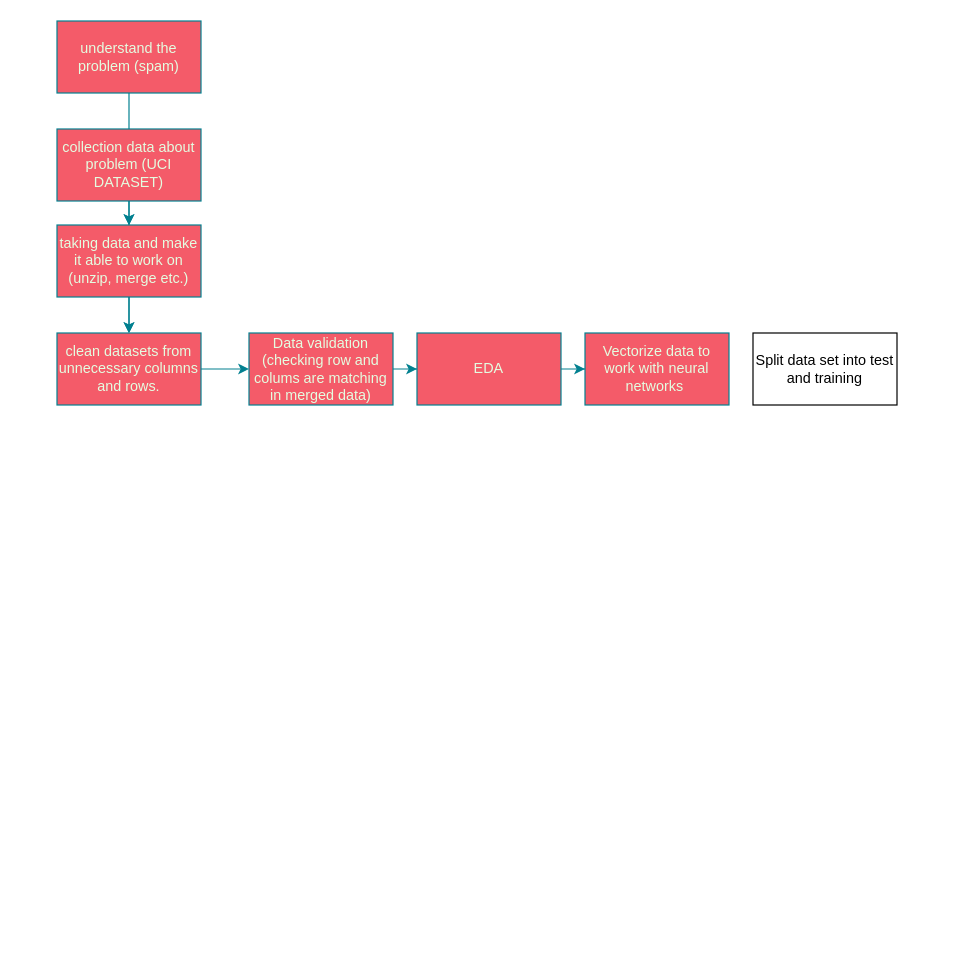
This is page "Page-1" (1 of 2) of Başlıksız Diyagram.drawio from Pyro137/ai-as-an-api, a draw.io file, before an edit. Source tidied: cells renumbered, new cells numbered last; positions are measured from the earlier drawing's top-left corner, leaving out a move shared by most shapes. Both pictures are drawn from the tidied source at 120%, with x=0, y=0 at pixel (56, 20).
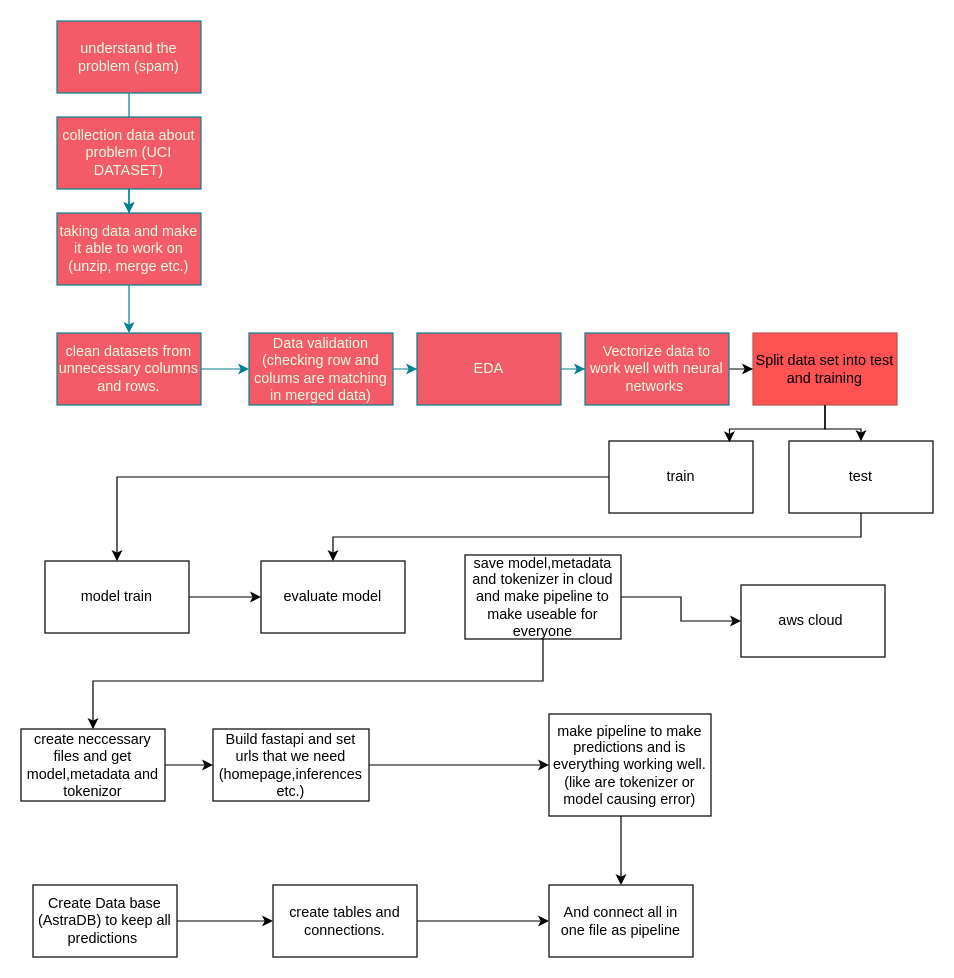
The same diagram, later.

The change refers to these unchanged cells:
```xml
<mxCell id="7" value="clean datasets from unnecessary columns and rows." style="rounded=0;whiteSpace=wrap;html=1;labelBackgroundColor=none;fillColor=#F45B69;strokeColor=#028090;fontColor=#E4FDE1;" parent="1" vertex="1">
  <mxGeometry y="260" width="120" height="60" as="geometry" />
</mxCell>
```

The edit, as a diff of the source:
```diff
@@
     <mxCell id="5" value="collection data about problem (UCI DATASET)" style="rounded=0;whiteSpace=wrap;html=1;labelBackgroundColor=none;fillColor=#F45B69;strokeColor=#028090;fontColor=#E4FDE1;" parent="1" vertex="1">
-      <mxGeometry y="90" width="120" height="60" as="geometry" />
+      <mxGeometry y="80" width="120" height="60" as="geometry" />
     </mxCell>
@@
-    <mxCell id="8" style="edgeStyle=orthogonalEdgeStyle;rounded=0;jettySize=auto;html=1;labelBackgroundColor=none;strokeColor=#028090;fontColor=default;" parent="1" edge="1" source="10" target="7">
-      <mxGeometry relative="1" as="geometry">
-        <Array as="points">
-          <mxPoint x="60" y="280" />
-          <mxPoint x="60" y="280" />
-        </Array>
-      </mxGeometry>
-    </mxCell>
@@
     <mxCell id="10" value="taking data and make it able to work on (unzip, merge etc.)" style="rounded=0;whiteSpace=wrap;html=1;labelBackgroundColor=none;fillColor=#F45B69;strokeColor=#028090;fontColor=#E4FDE1;" parent="1" vertex="1">
-      <mxGeometry y="170" width="120" height="60" as="geometry" />
+      <mxGeometry y="160" width="120" height="60" as="geometry" />
     </mxCell>
+    <mxCell id="18" style="edgeStyle=orthogonalEdgeStyle;rounded=0;jettySize=auto;html=1;" parent="1" edge="1" source="11" target="17">
+      <mxGeometry relative="1" as="geometry" />
+    </mxCell>
-    <mxCell id="11" value="Vectorize data to work with neural networks&amp;nbsp;" style="rounded=0;whiteSpace=wrap;html=1;labelBackgroundColor=none;fillColor=#F45B69;strokeColor=#028090;fontColor=#E4FDE1;" parent="1" vertex="1">
+    <mxCell id="11" value="Vectorize data to work well with neural networks&amp;nbsp;" style="rounded=0;whiteSpace=wrap;html=1;labelBackgroundColor=none;fillColor=#F45B69;strokeColor=#028090;fontColor=#E4FDE1;" parent="1" vertex="1">
       <mxGeometry x="440" y="260" width="120" height="60" as="geometry" />
     </mxCell>
@@
+    <mxCell id="19" style="edgeStyle=orthogonalEdgeStyle;rounded=0;jettySize=auto;html=1;" parent="1" edge="1" source="17" target="23">
+      <mxGeometry relative="1" as="geometry" />
+    </mxCell>
-    <mxCell id="17" value="Split data set into test and training" style="rounded=0;whiteSpace=wrap;html=1;" parent="1" vertex="1">
+    <mxCell id="17" value="Split data set into test and training" style="rounded=0;whiteSpace=wrap;html=1;fillColor=#ff5252;strokeColor=#b85450;" parent="1" vertex="1">
       <mxGeometry x="580" y="260" width="120" height="60" as="geometry" />
     </mxCell>
+    <mxCell id="20" style="edgeStyle=orthogonalEdgeStyle;rounded=0;jettySize=auto;html=1;entryX=0.5;entryY=0;entryDx=0;entryDy=0;" parent="1" edge="1" source="21" target="25">
+      <mxGeometry relative="1" as="geometry" />
+    </mxCell>
+    <mxCell id="21" value="train" style="rounded=0;whiteSpace=wrap;html=1;" parent="1" vertex="1">
+      <mxGeometry x="460" y="350" width="120" height="60" as="geometry" />
+    </mxCell>
+    <mxCell id="22" style="edgeStyle=orthogonalEdgeStyle;rounded=0;jettySize=auto;html=1;" parent="1" edge="1" source="23" target="26">
+      <mxGeometry relative="1" as="geometry">
+        <Array as="points">
+          <mxPoint x="670" y="430" />
+          <mxPoint x="230" y="430" />
+        </Array>
+      </mxGeometry>
+    </mxCell>
+    <mxCell id="23" value="test" style="rounded=0;whiteSpace=wrap;html=1;" parent="1" vertex="1">
+      <mxGeometry x="610" y="350" width="120" height="60" as="geometry" />
+    </mxCell>
+    <mxCell id="24" style="edgeStyle=orthogonalEdgeStyle;rounded=0;jettySize=auto;html=1;" parent="1" edge="1" source="25" target="26">
+      <mxGeometry relative="1" as="geometry" />
+    </mxCell>
+    <mxCell id="25" value="model train" style="rounded=0;whiteSpace=wrap;html=1;" parent="1" vertex="1">
+      <mxGeometry x="-10" y="450" width="120" height="60" as="geometry" />
+    </mxCell>
+    <mxCell id="26" value="evaluate model" style="rounded=0;whiteSpace=wrap;html=1;" parent="1" vertex="1">
+      <mxGeometry x="170" y="450" width="120" height="60" as="geometry" />
+    </mxCell>
+    <mxCell id="27" style="edgeStyle=orthogonalEdgeStyle;rounded=0;jettySize=auto;html=1;entryX=0.837;entryY=0.017;entryDx=0;entryDy=0;entryPerimeter=0;" parent="1" edge="1" source="17" target="21">
+      <mxGeometry relative="1" as="geometry" />
+    </mxCell>
+    <mxCell id="28" style="edgeStyle=orthogonalEdgeStyle;rounded=0;jettySize=auto;html=1;" parent="1" edge="1" source="30" target="34">
+      <mxGeometry relative="1" as="geometry">
+        <Array as="points">
+          <mxPoint x="405" y="550" />
+          <mxPoint x="30" y="550" />
+        </Array>
+      </mxGeometry>
+    </mxCell>
+    <mxCell id="29" style="edgeStyle=orthogonalEdgeStyle;rounded=0;jettySize=auto;html=1;" parent="1" edge="1" source="30" target="42">
+      <mxGeometry relative="1" as="geometry" />
+    </mxCell>
+    <mxCell id="30" value="save model,metadata and tokenizer in cloud&lt;div&gt;and make pipeline to make useable for everyone&lt;/div&gt;" style="rounded=0;whiteSpace=wrap;html=1;" parent="1" vertex="1">
+      <mxGeometry x="340" y="445" width="130" height="70" as="geometry" />
+    </mxCell>
+    <mxCell id="31" style="edgeStyle=orthogonalEdgeStyle;rounded=0;jettySize=auto;html=1;" parent="1" edge="1" source="32" target="36">
+      <mxGeometry relative="1" as="geometry" />
+    </mxCell>
+    <mxCell id="32" value="Build fastapi and set urls that we need (homepage,inferences etc.)" style="rounded=0;whiteSpace=wrap;html=1;" parent="1" vertex="1">
+      <mxGeometry x="130" y="590" width="130" height="60" as="geometry" />
+    </mxCell>
+    <mxCell id="33" style="edgeStyle=orthogonalEdgeStyle;rounded=0;jettySize=auto;html=1;" parent="1" edge="1" source="34" target="32">
+      <mxGeometry relative="1" as="geometry" />
+    </mxCell>
+    <mxCell id="34" value="create neccessary files and get model,metadata and tokenizor" style="whiteSpace=wrap;html=1;rounded=0;" parent="1" vertex="1">
+      <mxGeometry x="-30" y="590" width="120" height="60" as="geometry" />
+    </mxCell>
+    <mxCell id="35" style="edgeStyle=orthogonalEdgeStyle;rounded=0;jettySize=auto;html=1;" parent="1" edge="1" source="36" target="41">
+      <mxGeometry relative="1" as="geometry">
+        <Array as="points">
+          <mxPoint x="470" y="680" />
+          <mxPoint x="470" y="680" />
+        </Array>
+      </mxGeometry>
+    </mxCell>
+    <mxCell id="36" value="make pipeline to make predictions and is everything working well. (like are tokenizer or model causing error)" style="whiteSpace=wrap;html=1;rounded=0;" parent="1" vertex="1">
+      <mxGeometry x="410" y="577.5" width="135" height="85" as="geometry" />
+    </mxCell>
+    <mxCell id="37" style="edgeStyle=orthogonalEdgeStyle;rounded=0;jettySize=auto;html=1;" parent="1" edge="1" source="38" target="40">
+      <mxGeometry relative="1" as="geometry" />
+    </mxCell>
+    <mxCell id="38" value="Create Data base (AstraDB) to keep all predictions&amp;nbsp;" style="rounded=0;whiteSpace=wrap;html=1;" parent="1" vertex="1">
+      <mxGeometry x="-20" y="720" width="120" height="60" as="geometry" />
+    </mxCell>
+    <mxCell id="39" style="edgeStyle=orthogonalEdgeStyle;rounded=0;jettySize=auto;html=1;" parent="1" edge="1" source="40" target="41">
+      <mxGeometry relative="1" as="geometry" />
+    </mxCell>
+    <mxCell id="40" value="create tables and connections." style="rounded=0;whiteSpace=wrap;html=1;" parent="1" vertex="1">
+      <mxGeometry x="180" y="720" width="120" height="60" as="geometry" />
+    </mxCell>
+    <mxCell id="41" value="And connect all in one file as pipeline" style="rounded=0;whiteSpace=wrap;html=1;" parent="1" vertex="1">
+      <mxGeometry x="410" y="720" width="120" height="60" as="geometry" />
+    </mxCell>
+    <mxCell id="42" value="aws cloud&amp;nbsp;" style="whiteSpace=wrap;html=1;rounded=0;" parent="1" vertex="1">
+      <mxGeometry x="570" y="470" width="120" height="60" as="geometry" />
+    </mxCell>
```
